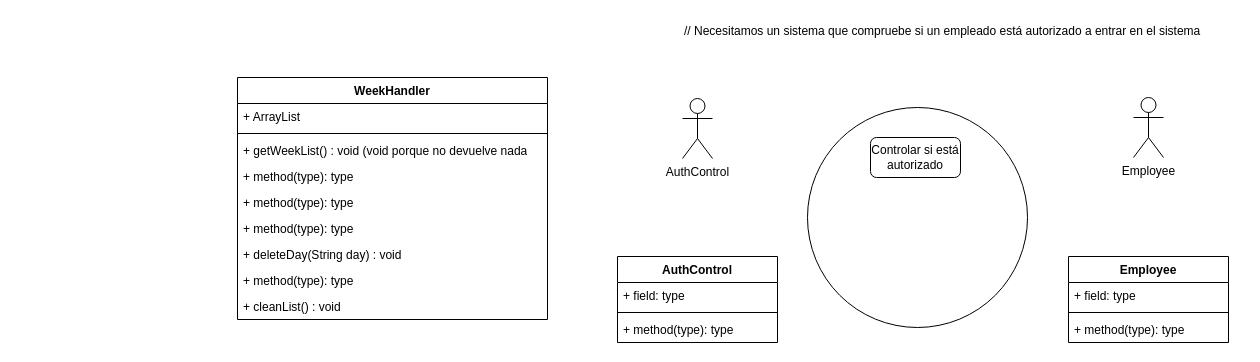
erikamc99/RepoPrueba keeps this draw.io diagram as Diagrama sin título.drawio. Above is the earlier version. Source tidied: cells renumbered, new cells numbered last; positions are measured from the earlier drawing's top-left corner, leaving out a move shared by most shapes. Both pictures are drawn from the tidied source at 100%, with x=0, y=0 at pixel (237, 17).
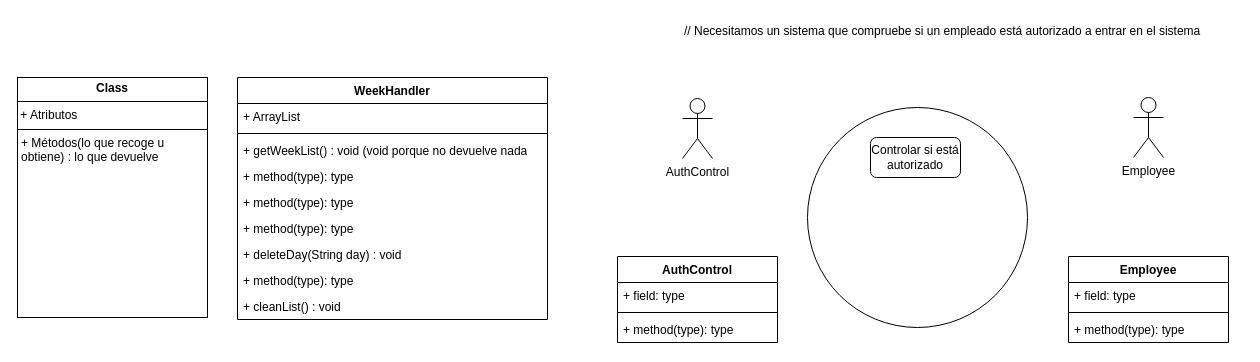
The same page after the edit.

What changed in the source:
```diff
@@
+    <mxCell id="25" value="&lt;p style=&quot;margin:0px;margin-top:4px;text-align:center;&quot;&gt;&lt;b&gt;Class&lt;/b&gt;&lt;/p&gt;&lt;hr size=&quot;1&quot; style=&quot;border-style:solid;&quot;&gt;&lt;div style=&quot;text-wrap-mode: nowrap;&quot;&gt;&lt;div&gt;&amp;nbsp;+ Atributos&lt;/div&gt;&lt;/div&gt;&lt;hr size=&quot;1&quot; style=&quot;border-style:solid;&quot;&gt;&lt;p style=&quot;margin:0px;margin-left:4px;&quot;&gt;&lt;span style=&quot;text-align: center; text-wrap-mode: nowrap;&quot;&gt;+ Métodos(lo que recoge u&lt;/span&gt;&lt;/p&gt;&lt;p style=&quot;margin:0px;margin-left:4px;&quot;&gt;&lt;span style=&quot;text-align: center; text-wrap-mode: nowrap;&quot;&gt;obtiene) : lo que devuelve&lt;/span&gt;&lt;/p&gt;" style="verticalAlign=top;align=left;overflow=fill;html=1;whiteSpace=wrap;" parent="1" vertex="1">
+      <mxGeometry x="-220" y="60" width="190" height="240" as="geometry" />
+    </mxCell>
```
